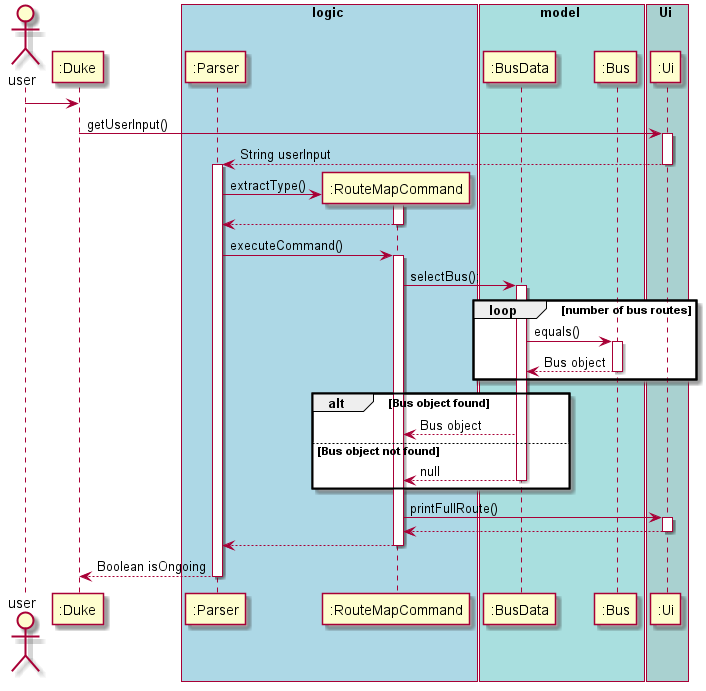
Earlier version of the PlantUML export docs/DG_Diagrams/RouteMapCommandSeq.png (nus-cs2113-AY2021S1/tp).
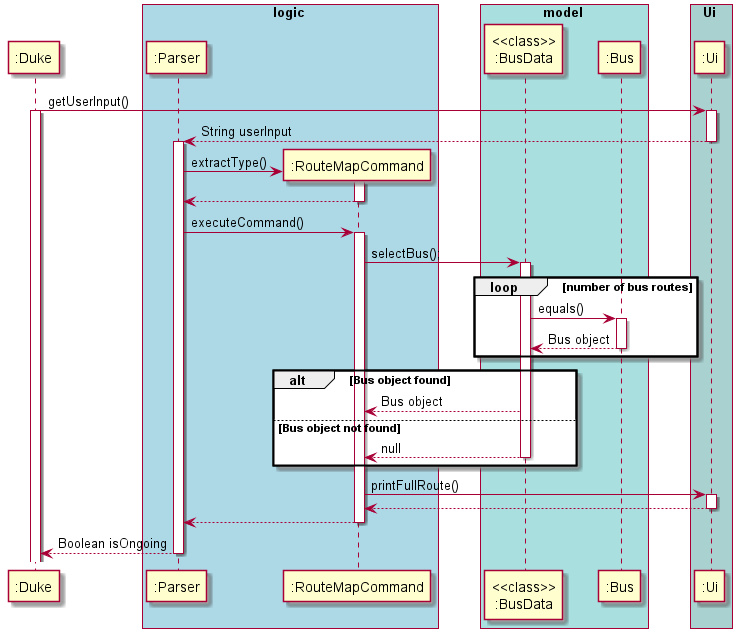
The same file after the commit.

Commit message:
Amendment of DG diagrams for routemapcommand

Change to the diagram source:
```diff
@@ -1,20 +1,22 @@
 @startuml
-actor user
+
+skinparam BoxPadding 20
 participant ":Duke"
 box logic #LightBlue
 participant ":Parser"
 participant ":RouteMapCommand"
 end box
 box model #A9DFDF
-participant ":BusData"
+participant "<<class>>\n:BusData"
 participant ":Bus"
 end box
 box Ui #A9D1D0
 participant ":Ui"
 end box
 
-user ->":Duke"
+
 ":Duke" -> ":Ui" : getUserInput()
+activate ":Duke"
 activate ":Ui"
 ":Ui" --> ":Parser": String userInput
 deactivate ":Ui"
@@ -27,20 +29,20 @@
 deactivate ":RouteMapCommand"
 ":Parser" -> ":RouteMapCommand" : executeCommand()
 activate ":RouteMapCommand"
-":RouteMapCommand" -> ":BusData" : selectBus();
-activate ":BusData"
+":RouteMapCommand" -> "<<class>>\n:BusData" : selectBus();
+activate "<<class>>\n:BusData"
 loop number of bus routes
-    ":BusData" -> ":Bus" : equals()
+    "<<class>>\n:BusData" -> ":Bus" : equals()
      activate ":Bus"
-    ":Bus" --> ":BusData" : Bus object
+    ":Bus" --> "<<class>>\n:BusData" : Bus object
     deactivate ":Bus"
 end
 
 alt Bus object found
-":BusData" --> ":RouteMapCommand" : Bus object
+"<<class>>\n:BusData" --> ":RouteMapCommand" : Bus object
 else Bus object not found
-":BusData" --> ":RouteMapCommand" : null
-deactivate ":BusData"
+"<<class>>\n:BusData" --> ":RouteMapCommand" : null
+deactivate "<<class>>\n:BusData"
 end
 ":RouteMapCommand" -> ":Ui" : printFullRoute()
 activate ":Ui"
```
